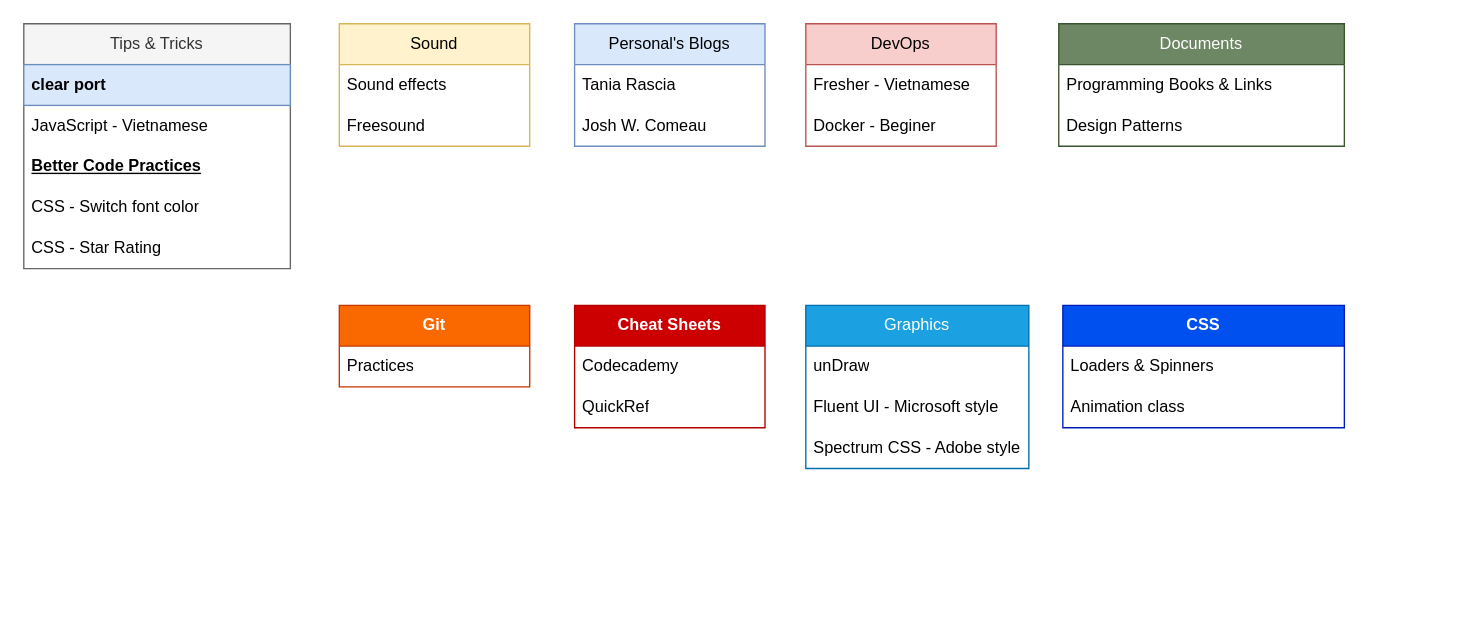
The draw.io diagram page "Resources" (4 of 5) of Link_Bookmarks.drawio in sunflynf/diagram-only, before the edit. Source tidied: cells renumbered, new cells numbered last; positions are measured from the earlier drawing's top-left corner, leaving out a move shared by most shapes. Both pictures are drawn from the tidied source at 136%, with x=0, y=0 at pixel (23, 23).
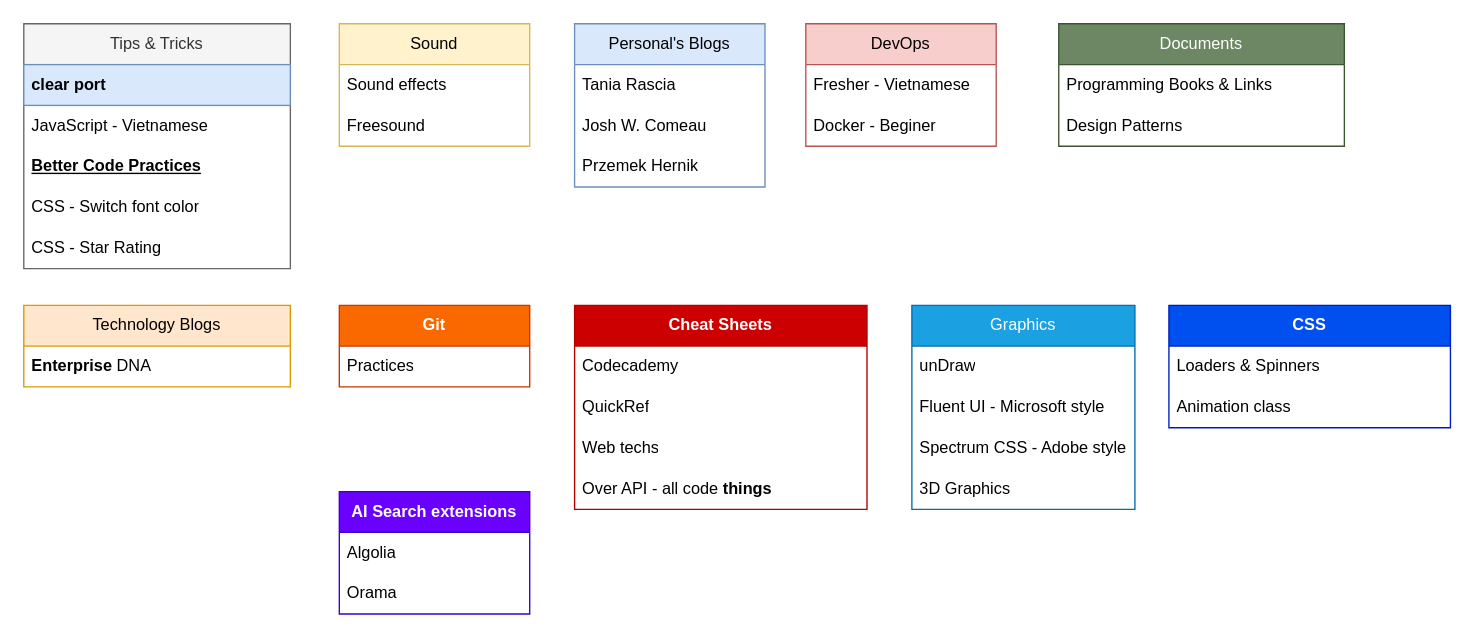
The same page after the edit.

What changed in the source:
```diff
@@
     <mxCell id="5" value="Personal's Blogs" style="swimlane;fontStyle=0;horizontal=1;startSize=30;whiteSpace=wrap;html=1;fillColor=#dae8fc;strokeColor=#6c8ebf;" parent="1" vertex="1">
-      <mxGeometry x="405" width="140" height="90" as="geometry" />
+      <mxGeometry x="405" width="140" height="120" as="geometry" />
     </mxCell>
@@
+    <mxCell id="32" value="Przemek Hernik " style="text;strokeColor=none;fillColor=none;align=left;verticalAlign=middle;spacingLeft=4;spacingRight=4;overflow=hidden;whiteSpace=wrap;html=1;" parent="5" vertex="1">
+      <mxGeometry y="90" width="140" height="30" as="geometry" />
+    </mxCell>
@@
     <mxCell id="22" value="Cheat Sheets" style="swimlane;fontStyle=1;horizontal=1;startSize=30;whiteSpace=wrap;html=1;fillColor=#CC0000;fontColor=#ffffff;strokeColor=#B20000;" parent="1" vertex="1">
-      <mxGeometry x="405" y="207" width="140" height="90" as="geometry" />
+      <mxGeometry x="405" y="207" width="215" height="150" as="geometry" />
     </mxCell>
     <mxCell id="23" value="Codecademy" style="text;strokeColor=none;fillColor=none;align=left;verticalAlign=middle;spacingLeft=4;spacingRight=4;overflow=hidden;whiteSpace=wrap;html=1;" parent="22" vertex="1">
-      <mxGeometry y="30" width="140" height="30" as="geometry" />
+      <mxGeometry y="30" width="215" height="30" as="geometry" />
     </mxCell>
     <mxCell id="24" value="QuickRef" style="text;strokeColor=none;fillColor=none;align=left;verticalAlign=middle;spacingLeft=4;spacingRight=4;overflow=hidden;whiteSpace=wrap;html=1;" parent="22" vertex="1">
-      <mxGeometry y="60" width="140" height="30" as="geometry" />
+      <mxGeometry y="60" width="215" height="30" as="geometry" />
     </mxCell>
+    <mxCell id="33" value="Web techs" style="text;strokeColor=none;fillColor=none;align=left;verticalAlign=middle;spacingLeft=4;spacingRight=4;overflow=hidden;whiteSpace=wrap;html=1;" parent="22" vertex="1">
+      <mxGeometry y="90" width="215" height="30" as="geometry" />
+    </mxCell>
+    <mxCell id="34" value="Over API - all code &lt;b&gt;things&lt;/b&gt;" style="text;strokeColor=none;fillColor=none;align=left;verticalAlign=middle;spacingLeft=4;spacingRight=4;overflow=hidden;whiteSpace=wrap;html=1;" parent="22" vertex="1">
+      <mxGeometry y="120" width="215" height="30" as="geometry" />
+    </mxCell>
     <mxCell id="25" value="Graphics" style="swimlane;fontStyle=0;horizontal=1;startSize=30;whiteSpace=wrap;html=1;fillColor=#1ba1e2;strokeColor=#006EAF;fontColor=#ffffff;" parent="1" vertex="1">
-      <mxGeometry x="575" y="207" width="164" height="120" as="geometry" />
+      <mxGeometry x="653" y="207" width="164" height="150" as="geometry" />
     </mxCell>
@@
+    <mxCell id="35" value="3D Graphics" style="text;strokeColor=none;fillColor=none;align=left;verticalAlign=middle;spacingLeft=4;spacingRight=4;overflow=hidden;whiteSpace=wrap;html=1;" parent="25" vertex="1">
+      <mxGeometry y="120" width="164" height="30" as="geometry" />
+    </mxCell>
     <mxCell id="29" value="CSS" style="swimlane;fontStyle=1;horizontal=1;startSize=30;whiteSpace=wrap;html=1;fillColor=#0050ef;fontColor=#ffffff;strokeColor=#001DBC;" parent="1" vertex="1">
-      <mxGeometry x="764" y="207" width="207" height="90" as="geometry" />
+      <mxGeometry x="842" y="207" width="207" height="90" as="geometry" />
     </mxCell>
@@
+    <mxCell id="36" value="AI Search extensions" style="swimlane;fontStyle=1;horizontal=1;startSize=30;whiteSpace=wrap;html=1;fillColor=#6a00ff;fontColor=#ffffff;strokeColor=#3700CC;" parent="1" vertex="1">
+      <mxGeometry x="232" y="344" width="140" height="90" as="geometry" />
+    </mxCell>
+    <mxCell id="37" value="Algolia" style="text;strokeColor=none;fillColor=none;align=left;verticalAlign=middle;spacingLeft=4;spacingRight=4;overflow=hidden;whiteSpace=wrap;html=1;" parent="36" vertex="1">
+      <mxGeometry y="30" width="140" height="30" as="geometry" />
+    </mxCell>
+    <mxCell id="38" value="Orama" style="text;strokeColor=none;fillColor=none;align=left;verticalAlign=middle;spacingLeft=4;spacingRight=4;overflow=hidden;whiteSpace=wrap;html=1;" parent="36" vertex="1">
+      <mxGeometry y="60" width="140" height="30" as="geometry" />
+    </mxCell>
+    <mxCell id="39" value="Technology Blogs" style="swimlane;fontStyle=0;horizontal=1;startSize=30;whiteSpace=wrap;html=1;fillColor=#ffe6cc;strokeColor=#d79b00;" parent="1" vertex="1">
+      <mxGeometry y="207" width="196" height="60" as="geometry" />
+    </mxCell>
+    <mxCell id="40" value="&lt;div&gt;&lt;b&gt;Enterprise &lt;/b&gt;DNA&lt;/div&gt;" style="text;strokeColor=none;fillColor=none;align=left;verticalAlign=middle;spacingLeft=4;spacingRight=4;overflow=hidden;whiteSpace=wrap;html=1;" parent="39" vertex="1">
+      <mxGeometry y="30" width="196" height="30" as="geometry" />
+    </mxCell>
```
